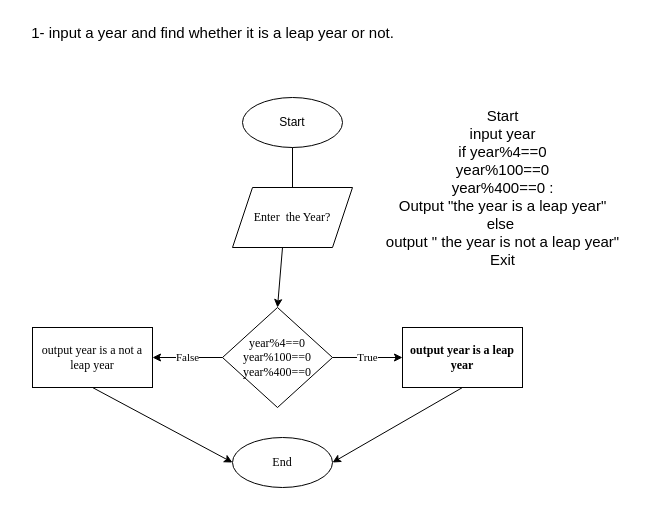
ahalfa150/Filan-tech keeps this draw.io diagram as assignments/flow-of-program-0ne.drawio. Above is the earlier version. Source tidied: cells renumbered, new cells numbered last; positions are measured from the earlier drawing's top-left corner, leaving out a move shared by most shapes. Both pictures are drawn from the tidied source at 100%, with x=0, y=0 at pixel (17, 17).
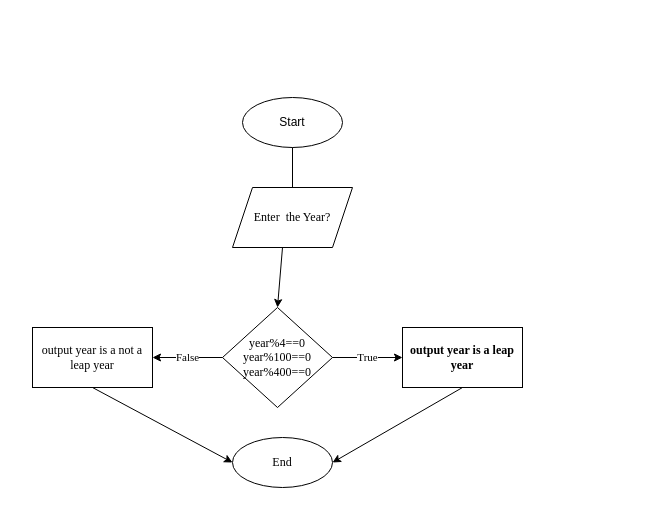
The same page after the edit.

What changed in the source:
```diff
@@
-    <mxCell id="15" value="&lt;font style=&quot;font-size: 15px;&quot;&gt;1- input a year and find whether it is a leap year or not.&lt;/font&gt;" style="text;html=1;align=center;verticalAlign=middle;strokeColor=none;fillColor=none;fontSize=13;" parent="1" vertex="1">
-      <mxGeometry width="390" height="30" as="geometry" />
-    </mxCell>
-    <mxCell id="16" value="Start&lt;br&gt;input year&lt;br&gt;if year%4==0&lt;br&gt;year%100==0&lt;br&gt;year%400==0 :&lt;br&gt;Output &quot;the year is a leap year&quot;&lt;br&gt;else&amp;nbsp;&lt;br&gt;output &quot; the year is not a leap year&quot;&lt;br&gt;Exit" style="text;html=1;align=center;verticalAlign=middle;strokeColor=none;fillColor=none;fontSize=15;" parent="1" vertex="1">
-      <mxGeometry x="355" y="80" width="260" height="180" as="geometry" />
-    </mxCell>
```
